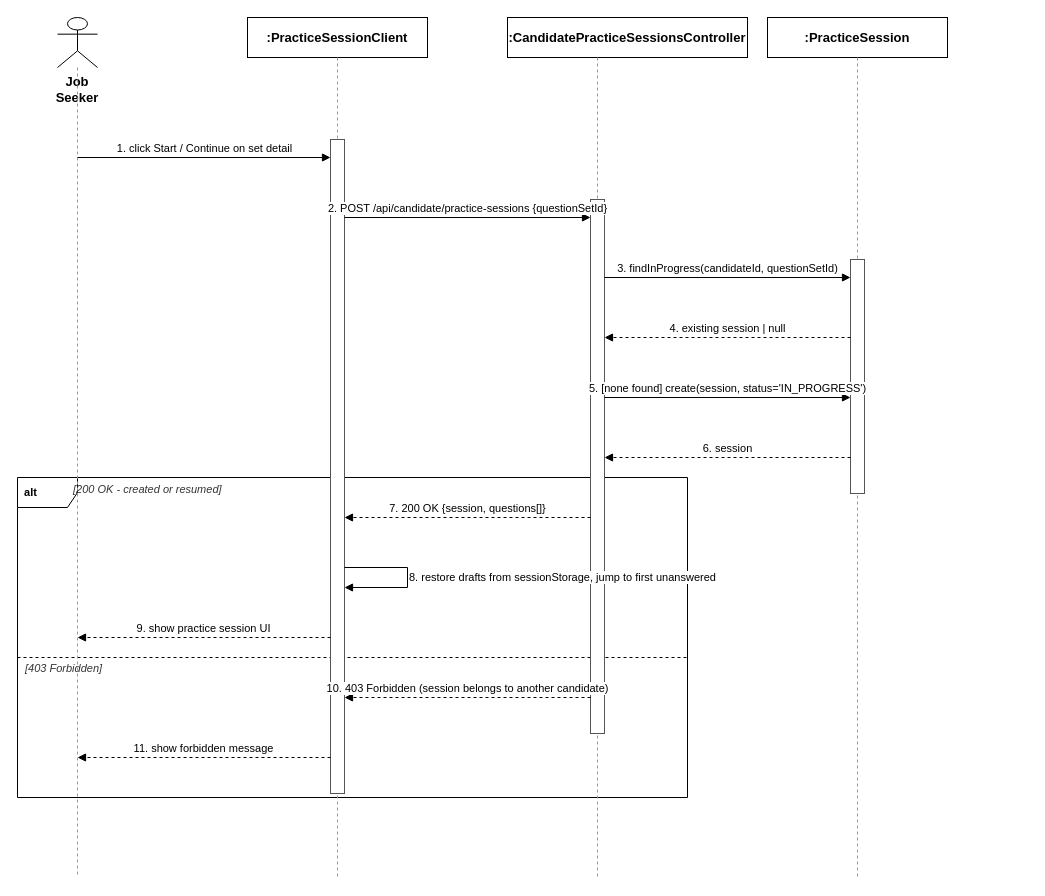
The draw.io diagram docs/qa/Tu_SequenceDiagram/05_Start_Practice_Session.drawio in tulklk/AI_Interview_Question_Generation_RAG_LLM_FE, before the edit. Source tidied: cells renumbered, new cells numbered last; positions are measured from the earlier drawing's top-left corner, leaving out a move shared by most shapes. Both pictures are drawn from the tidied source at 100%, with x=0, y=0 at pixel (17, 17).
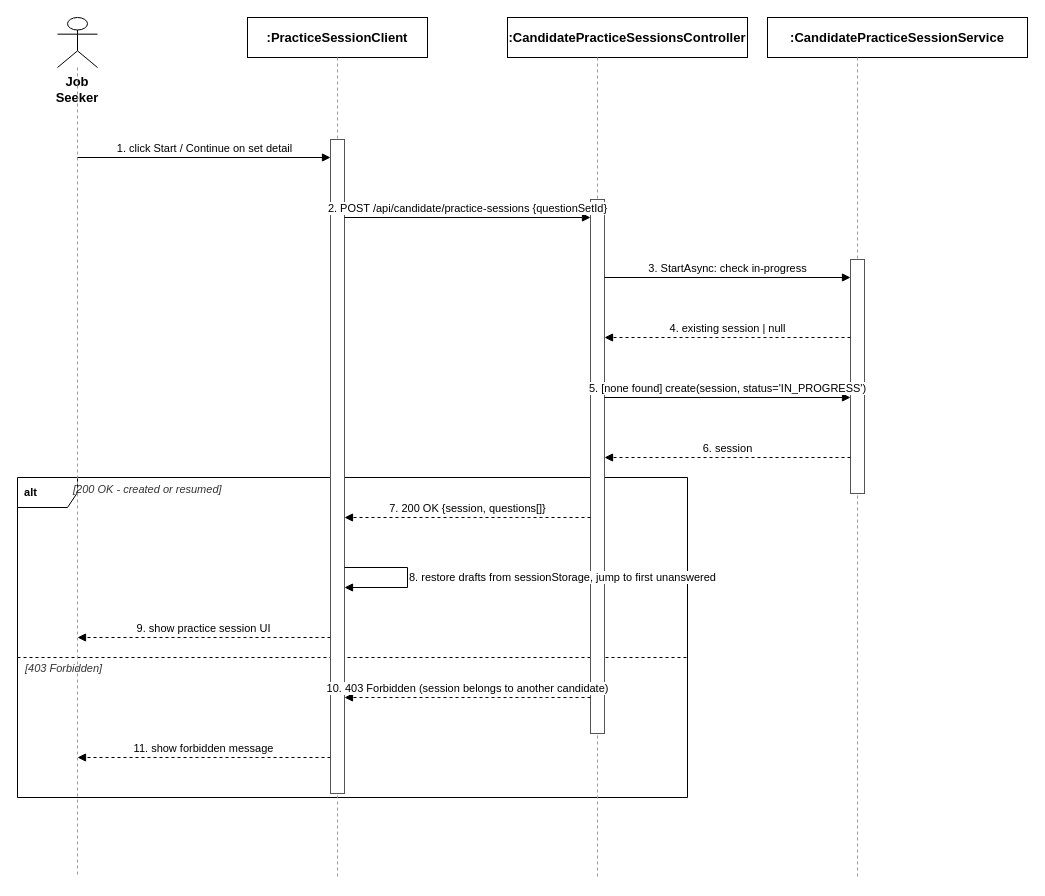
After the change.

The edit, as a diff of the source:
```diff
@@
-    <mxCell id="12" value=":PracticeSession" style="rounded=0;whiteSpace=wrap;html=1;fontSize=13;fillColor=#ffffff;strokeColor=#000000;fontStyle=1;" parent="1" vertex="1">
-      <mxGeometry x="750" width="180" height="40" as="geometry" />
+    <mxCell id="12" value=":CandidatePracticeSessionService" style="rounded=0;whiteSpace=wrap;html=1;fontSize=13;fillColor=#ffffff;strokeColor=#000000;fontStyle=1;" parent="1" vertex="1">
+      <mxGeometry x="750" width="260" height="40" as="geometry" />
     </mxCell>
@@
-    <mxCell id="19" value="3. findInProgress(candidateId, questionSetId)" style="endArrow=block;endFill=1;html=1;fontSize=11;align=center;verticalAlign=bottom;labelBackgroundColor=#ffffff;strokeColor=#000000;" parent="1" edge="1">
+    <mxCell id="19" value="3. StartAsync: check in-progress" style="endArrow=block;endFill=1;html=1;fontSize=11;align=center;verticalAlign=bottom;labelBackgroundColor=#ffffff;strokeColor=#000000;" parent="1" edge="1">
       <mxGeometry relative="1" as="geometry">
         <mxPoint x="587" y="260" as="sourcePoint" />
         <mxPoint x="833" y="260" as="targetPoint" />
       </mxGeometry>
     </mxCell>
```
